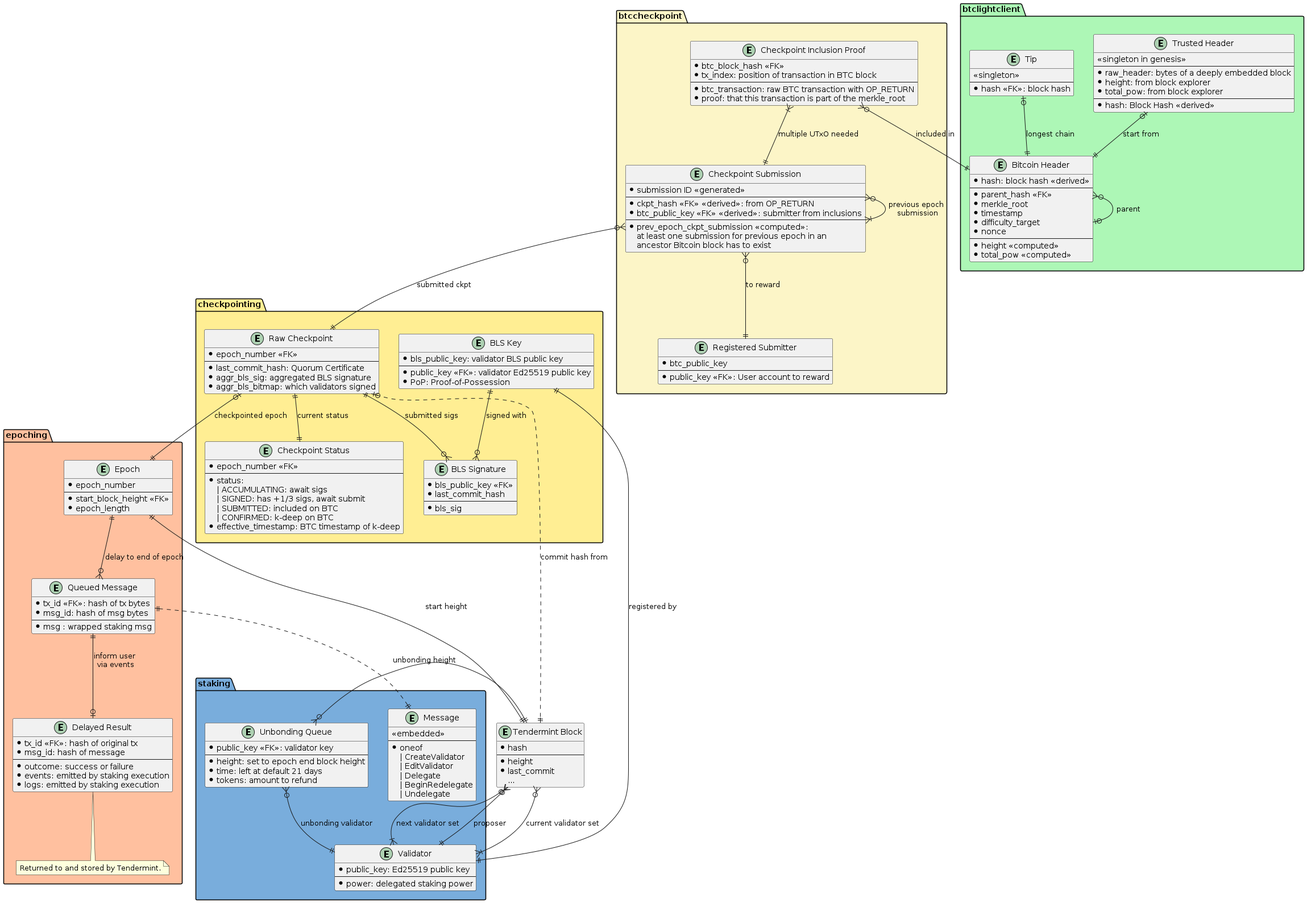
babylonchain/babylon keeps this PlantUML diagram as docs/diagrams/database_schema.png. Above is the earlier version.
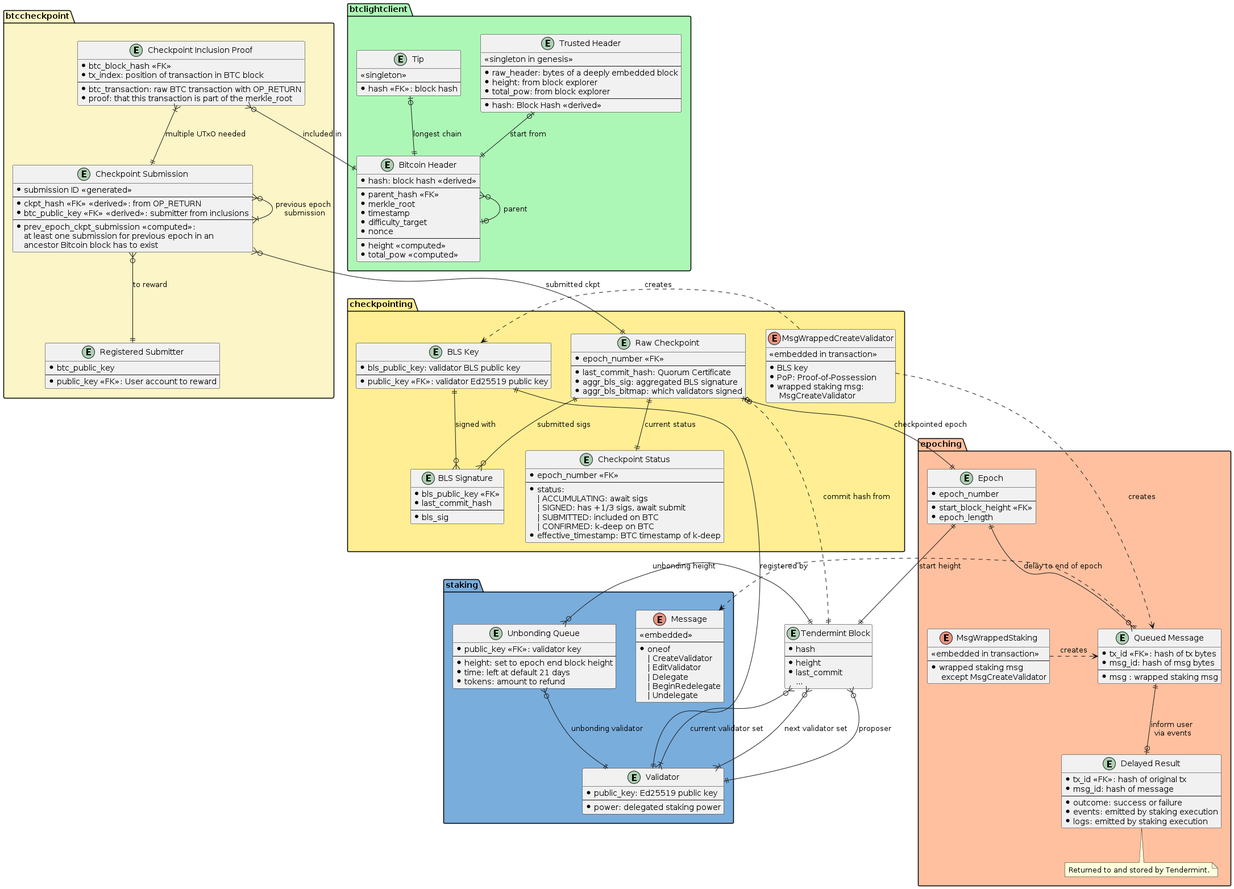
After the commit.

What changed in the source:
```diff
@@ -9,7 +9,7 @@
 }
 
 package "staking" #79ADDC {
-  entity "Message" as staking_msg {
+  enum "Message" as staking_msg {
     <<embedded>>
     --
     * oneof
@@ -59,6 +59,12 @@
   note bottom
     Returned to and stored by Tendermint.
   end note
+
+  enum MsgWrappedStaking {
+    <<embedded in transaction>>
+    --
+    * wrapped staking msg\n except MsgCreateValidator
+  }
 }
 
 
@@ -86,7 +92,6 @@
     * bls_public_key: validator BLS public key
     --
     * public_key <<FK>>: validator Ed25519 public key
-    * PoP: Proof-of-Possession
   }
 
   entity "BLS Signature" as bls_sig {
@@ -94,6 +99,14 @@
     * last_commit_hash
     --
     * bls_sig
+  }
+
+  enum MsgWrappedCreateValidator {
+    <<embedded in transaction>>
+    --
+    * BLS key
+    * PoP: Proof-of-Possession
+    * wrapped staking msg: \n MsgCreateValidator
   }
 }
 
@@ -162,7 +175,7 @@
 epoch ||--o{ queued_msg : delay to end of epoch
 epoch ||--|| block : start height
 
-queued_msg ||..|| staking_msg
+queued_msg .> staking_msg
 queued_msg ||--o| delayed_result : inform user \nvia events
 
 unbonding_queue }o--|| block : unbonding height
@@ -187,4 +200,8 @@
 btc_trusted |o--|| btc_header : start from
 btc_tip |o--|| btc_header: longest chain
 
+MsgWrappedCreateValidator .> bls_key : creates
+MsgWrappedCreateValidator .> queued_msg : creates
+MsgWrappedStaking .> queued_msg : creates
+
 @enduml
```
